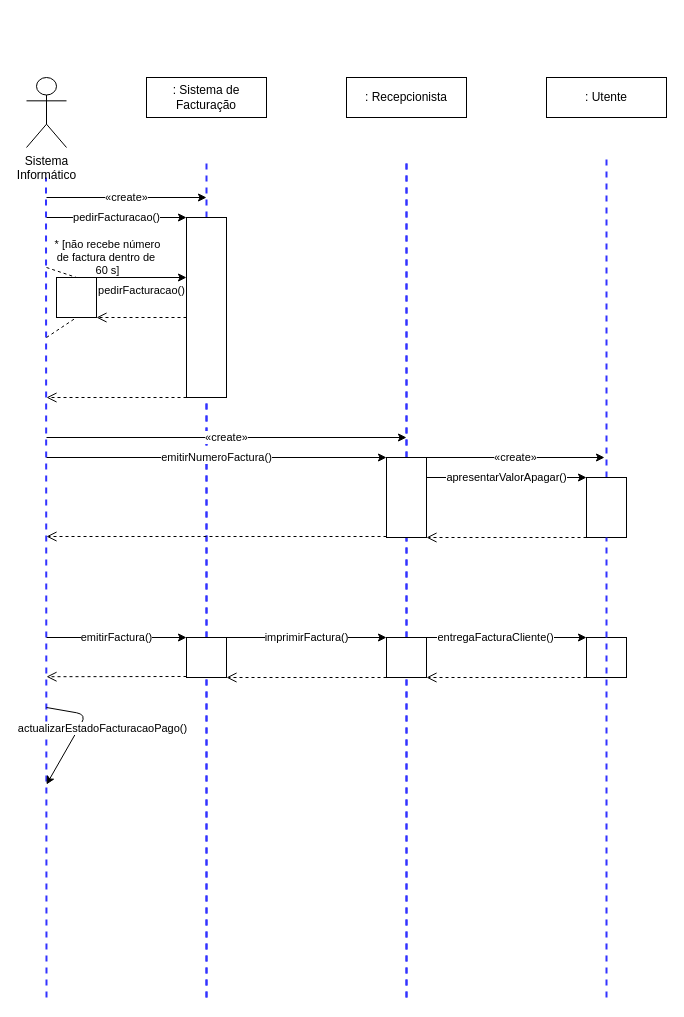
carlan92/Hospital_Management_System keeps this draw.io diagram as page "Facturação" (2 of 7) of 4. Diagramas de Sequências.drawio. Above is the earlier version. Source tidied: cells renumbered, new cells numbered last; positions are measured from the earlier drawing's top-left corner, leaving out a move shared by most shapes. Both pictures are drawn from the tidied source at 100%, with x=0, y=0 at pixel (26, 77).
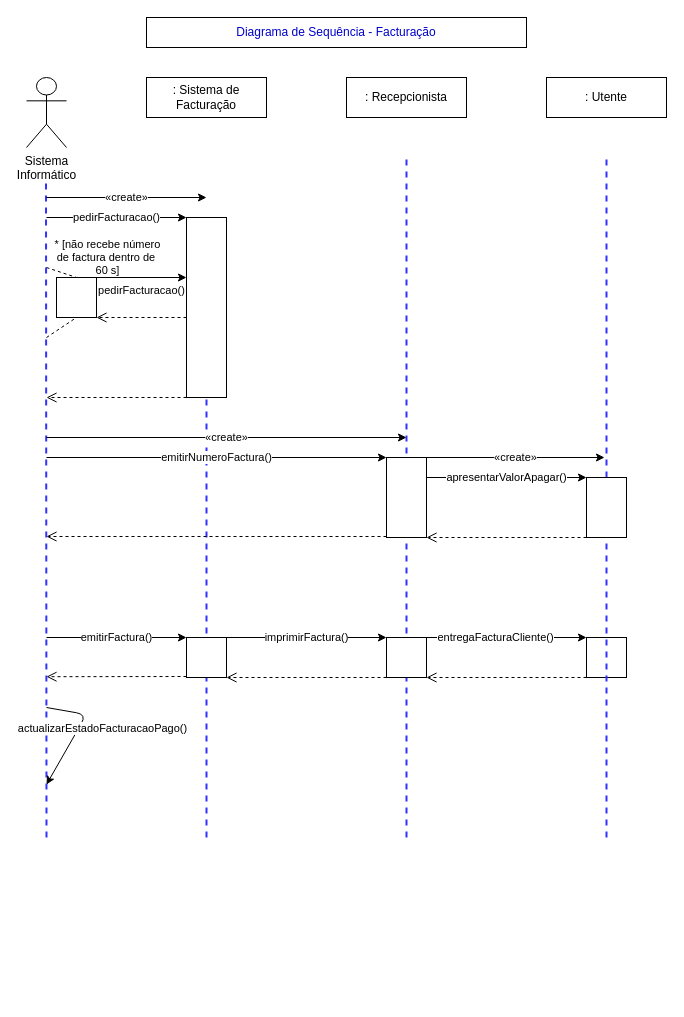
Above is the later version.

Unchanged cells that the change refers to:
```xml
<mxCell id="12" style="rounded=0;whiteSpace=wrap;html=1;" parent="1" vertex="1">
  <mxGeometry x="160" y="140" width="40" height="180" as="geometry" />
</mxCell>
<mxCell id="38" style="rounded=0;whiteSpace=wrap;html=1;" parent="1" vertex="1">
  <mxGeometry x="560" y="400" width="40" height="60" as="geometry" />
</mxCell>
```

Change to the diagram source:
```diff
@@
-    <mxCell id="2" style="endArrow=none;dashed=1;html=1;strokeWidth=2;fillColor=#dae8fc;strokeColor=#3333FF;" parent="1" edge="1">
-      <mxGeometry relative="1" as="geometry">
-        <mxPoint x="380" y="920" as="sourcePoint" />
-        <mxPoint x="380" y="80" as="targetPoint" />
-      </mxGeometry>
-    </mxCell>
-    <mxCell id="3" style="endArrow=none;dashed=1;html=1;strokeWidth=2;fillColor=#dae8fc;strokeColor=#3333FF;" parent="1" edge="1">
-      <mxGeometry relative="1" as="geometry">
-        <mxPoint x="180" y="920" as="sourcePoint" />
-        <mxPoint x="180" y="80" as="targetPoint" />
-      </mxGeometry>
-    </mxCell>
     <mxCell id="4" style="endArrow=none;dashed=1;html=1;strokeWidth=2;fillColor=#dae8fc;strokeColor=#3333FF;" parent="1" edge="1">
       <mxGeometry relative="1" as="geometry">
-        <mxPoint x="20" y="920" as="sourcePoint" />
+        <mxPoint x="20" y="760" as="sourcePoint" />
         <mxPoint x="19.5" y="100" as="targetPoint" />
       </mxGeometry>
     </mxCell>
@@
     <mxCell id="9" style="endArrow=none;dashed=1;html=1;strokeWidth=2;fillColor=#dae8fc;strokeColor=#3333FF;" parent="1" edge="1">
       <mxGeometry relative="1" as="geometry">
-        <mxPoint x="380" y="920" as="sourcePoint" />
+        <mxPoint x="380" y="760" as="sourcePoint" />
         <mxPoint x="380" y="80" as="targetPoint" />
       </mxGeometry>
     </mxCell>
@@
     <mxCell id="13" style="endArrow=none;dashed=1;html=1;strokeWidth=2;fillColor=#dae8fc;strokeColor=#3333FF;" parent="1" edge="1" target="12">
       <mxGeometry relative="1" as="geometry">
-        <mxPoint x="180" y="920" as="sourcePoint" />
+        <mxPoint x="180" y="760" as="sourcePoint" />
       </mxGeometry>
     </mxCell>
@@
     <mxCell id="39" style="endArrow=none;dashed=1;html=1;strokeWidth=2;fillColor=#dae8fc;strokeColor=#3333FF;" parent="1" edge="1" target="38">
       <mxGeometry relative="1" as="geometry">
-        <mxPoint x="580" y="920" as="sourcePoint" />
+        <mxPoint x="580" y="760" as="sourcePoint" />
       </mxGeometry>
     </mxCell>
+    <mxCell id="40" value="Diagrama de Sequência - Facturação" style="rounded=0;whiteSpace=wrap;html=1;fontColor=#0000CC;" parent="1" vertex="1">
+      <mxGeometry x="120" y="-60" width="380" height="30" as="geometry" />
+    </mxCell>
```
